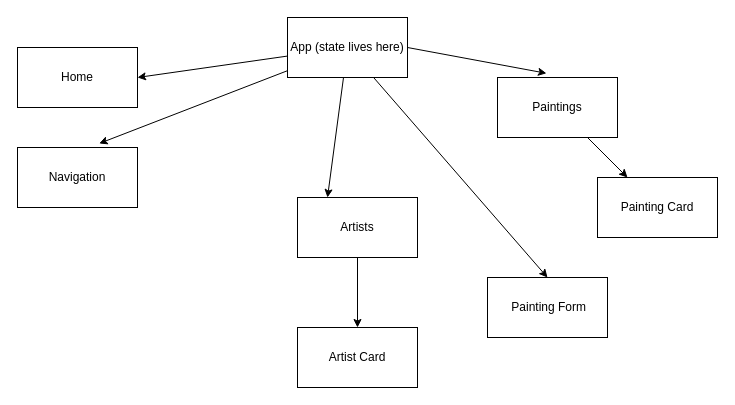
The draw.io diagram my-front-end/diagram.dio in caraerskine/phase-3-proj-cara-front-end-client-react, before the edit. Source tidied: cells renumbered, new cells numbered last; positions are measured from the earlier drawing's top-left corner, leaving out a move shared by most shapes. Both pictures are drawn from the tidied source at 100%, with x=0, y=0 at pixel (17, 17).
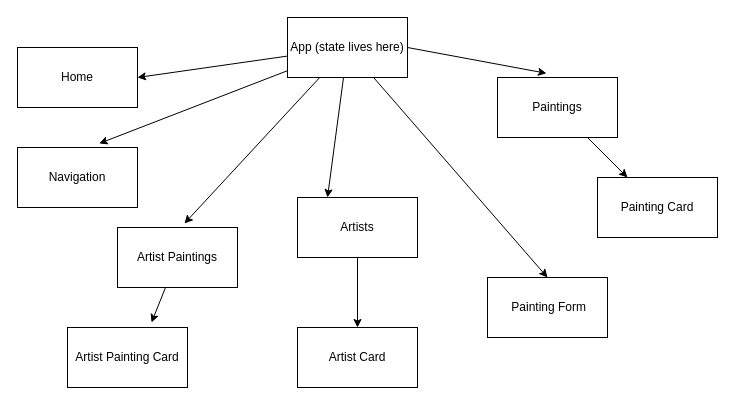
After the change.

The change refers to these unchanged cells:
```xml
<mxCell id="7" value="App (state lives here)" style="whiteSpace=wrap;html=1;" parent="1" vertex="1">
  <mxGeometry x="270" width="120" height="60" as="geometry" />
</mxCell>
```

Change to the diagram source:
```diff
@@
+    <mxCell id="17" style="edgeStyle=none;html=1;entryX=0.558;entryY=-0.067;entryDx=0;entryDy=0;entryPerimeter=0;" parent="1" edge="1" source="7" target="19">
+      <mxGeometry relative="1" as="geometry" />
+    </mxCell>
@@
+    <mxCell id="18" style="edgeStyle=none;html=1;entryX=0.7;entryY=-0.083;entryDx=0;entryDy=0;entryPerimeter=0;" parent="1" edge="1" source="19" target="20">
+      <mxGeometry relative="1" as="geometry" />
+    </mxCell>
+    <mxCell id="19" value="Artist Paintings" style="whiteSpace=wrap;html=1;" parent="1" vertex="1">
+      <mxGeometry x="100" y="210" width="120" height="60" as="geometry" />
+    </mxCell>
+    <mxCell id="20" value="Artist Painting Card" style="whiteSpace=wrap;html=1;" parent="1" vertex="1">
+      <mxGeometry x="50" y="310" width="120" height="60" as="geometry" />
+    </mxCell>
```
